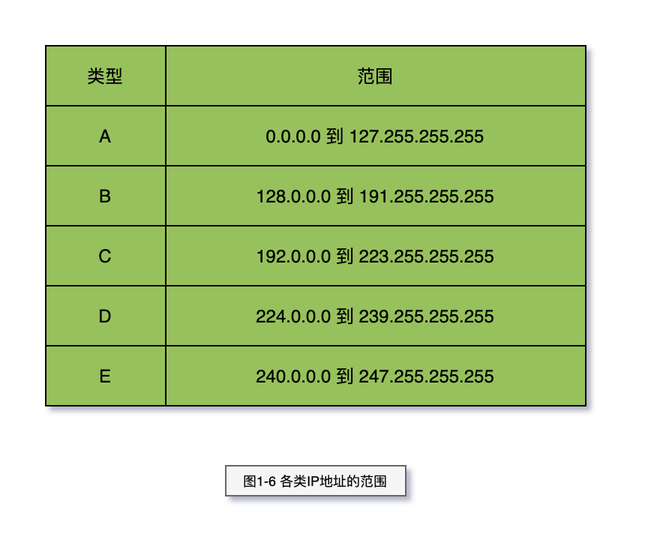
Before: tcp-ip/TCP-IP-详解-卷1/images/TCP-IP-1-6.png, a diagram exported from draw.io (web1992/read). Source tidied: cells renumbered, new cells last; positions are measured from the earlier drawing's top-left corner, leaving out a move shared by most shapes. Source of this version:
```xml
<mxGraphModel>
  <root>
    <mxCell id="0" />
    <mxCell id="1" parent="0" />
    <mxCell id="2" value="类型" style="rounded=0;whiteSpace=wrap;html=1;labelBackgroundColor=none;fontColor=#000000;fillColor=#97C15C;gradientColor=none;" parent="1" vertex="1">
      <mxGeometry width="80" height="40" as="geometry" />
    </mxCell>
    <mxCell id="3" value="A" style="rounded=0;whiteSpace=wrap;html=1;labelBackgroundColor=none;fontColor=#000000;fillColor=#97C15C;gradientColor=none;" parent="1" vertex="1">
      <mxGeometry y="40" width="80" height="40" as="geometry" />
    </mxCell>
    <mxCell id="4" value="B" style="rounded=0;whiteSpace=wrap;html=1;labelBackgroundColor=none;fontColor=#000000;fillColor=#97C15C;gradientColor=none;" parent="1" vertex="1">
      <mxGeometry y="80" width="80" height="40" as="geometry" />
    </mxCell>
    <mxCell id="5" value="C" style="rounded=0;whiteSpace=wrap;html=1;labelBackgroundColor=none;fontColor=#000000;fillColor=#97C15C;gradientColor=none;" parent="1" vertex="1">
      <mxGeometry y="120" width="80" height="40" as="geometry" />
    </mxCell>
    <mxCell id="6" value="D" style="rounded=0;whiteSpace=wrap;html=1;labelBackgroundColor=none;fontColor=#000000;fillColor=#97C15C;gradientColor=none;" parent="1" vertex="1">
      <mxGeometry y="160" width="80" height="40" as="geometry" />
    </mxCell>
    <mxCell id="7" value="E" style="rounded=0;whiteSpace=wrap;html=1;labelBackgroundColor=none;fontColor=#000000;fillColor=#97C15C;gradientColor=none;" parent="1" vertex="1">
      <mxGeometry y="200" width="80" height="40" as="geometry" />
    </mxCell>
    <mxCell id="8" value="范围" style="rounded=0;whiteSpace=wrap;html=1;labelBackgroundColor=none;fontColor=#000000;fillColor=#97C15C;gradientColor=none;" parent="1" vertex="1">
      <mxGeometry x="80" width="280" height="40" as="geometry" />
    </mxCell>
    <mxCell id="9" value="0.0.0.0 到 127.255.255.255" style="rounded=0;whiteSpace=wrap;html=1;labelBackgroundColor=none;fontColor=#000000;fillColor=#97C15C;gradientColor=none;" parent="1" vertex="1">
      <mxGeometry x="80" y="40" width="280" height="40" as="geometry" />
    </mxCell>
    <mxCell id="10" value="224.0.0.0 到 239.255.255.255" style="rounded=0;whiteSpace=wrap;html=1;labelBackgroundColor=none;fontColor=#000000;fillColor=#97C15C;gradientColor=none;" parent="1" vertex="1">
      <mxGeometry x="80" y="160" width="280" height="40" as="geometry" />
    </mxCell>
    <mxCell id="11" value="128.0.0.0 到 191.255.255.255" style="rounded=0;whiteSpace=wrap;html=1;labelBackgroundColor=none;fontColor=#000000;fillColor=#97C15C;gradientColor=none;" parent="1" vertex="1">
      <mxGeometry x="80" y="80" width="280" height="40" as="geometry" />
    </mxCell>
    <mxCell id="12" value="192.0.0.0 到 223.255.255.255" style="rounded=0;whiteSpace=wrap;html=1;labelBackgroundColor=none;fontColor=#000000;fillColor=#97C15C;gradientColor=none;" parent="1" vertex="1">
      <mxGeometry x="80" y="120" width="280" height="40" as="geometry" />
    </mxCell>
    <mxCell id="13" value="240.0.0.0 到 247.255.255.255" style="rounded=0;whiteSpace=wrap;html=1;labelBackgroundColor=none;fontColor=#000000;fillColor=#97C15C;gradientColor=none;" parent="1" vertex="1">
      <mxGeometry x="80" y="200" width="280" height="40" as="geometry" />
    </mxCell>
    <mxCell id="14" value="&lt;p class=&quot;p1&quot; style=&quot;margin: 0px; font-stretch: normal; font-size: 9px; line-height: normal;&quot;&gt;图&lt;span class=&quot;s1&quot; style=&quot;font-stretch: normal; line-height: normal;&quot;&gt;1-6 &lt;/span&gt;各类&lt;span class=&quot;s1&quot; style=&quot;font-stretch: normal; line-height: normal;&quot;&gt;IP&lt;/span&gt;地址的范围&lt;/p&gt;" style="text;html=1;strokeColor=#666666;fillColor=#f5f5f5;align=center;verticalAlign=middle;whiteSpace=wrap;rounded=0;labelBackgroundColor=none;fontFamily=Helvetica;" parent="1" vertex="1">
      <mxGeometry x="120" y="280" width="120" height="20" as="geometry" />
    </mxCell>
  </root>
</mxGraphModel>
```
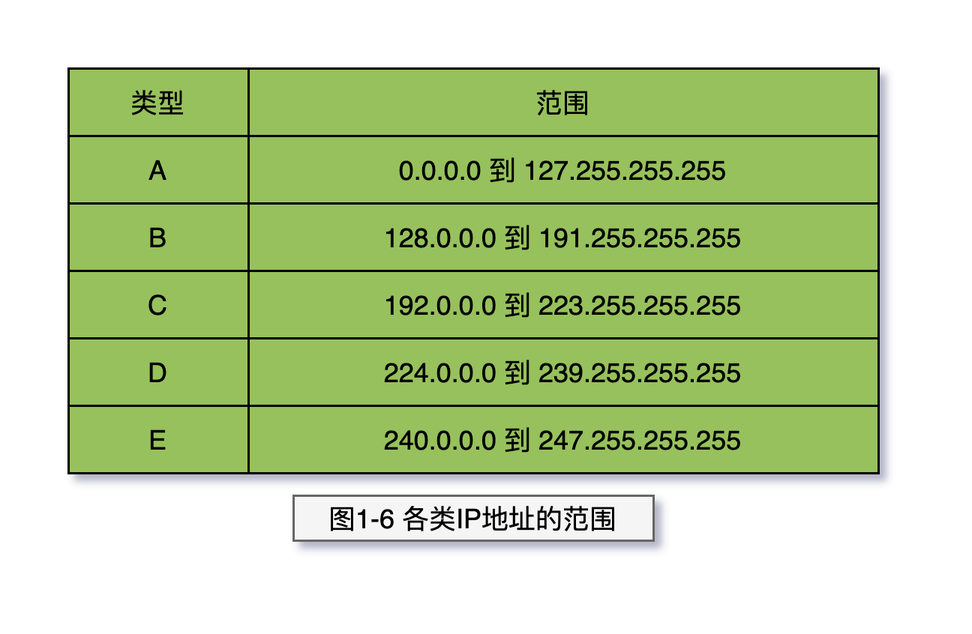
Later version of the same file.

What changed in the source:
```diff
@@ -3,43 +3,43 @@
     <mxCell id="0" />
     <mxCell id="1" parent="0" />
     <mxCell id="2" value="类型" style="rounded=0;whiteSpace=wrap;html=1;labelBackgroundColor=none;fontColor=#000000;fillColor=#97C15C;gradientColor=none;" parent="1" vertex="1">
-      <mxGeometry width="80" height="40" as="geometry" />
+      <mxGeometry y="10" width="80" height="30" as="geometry" />
     </mxCell>
     <mxCell id="3" value="A" style="rounded=0;whiteSpace=wrap;html=1;labelBackgroundColor=none;fontColor=#000000;fillColor=#97C15C;gradientColor=none;" parent="1" vertex="1">
-      <mxGeometry y="40" width="80" height="40" as="geometry" />
+      <mxGeometry y="40" width="80" height="30" as="geometry" />
     </mxCell>
     <mxCell id="4" value="B" style="rounded=0;whiteSpace=wrap;html=1;labelBackgroundColor=none;fontColor=#000000;fillColor=#97C15C;gradientColor=none;" parent="1" vertex="1">
-      <mxGeometry y="80" width="80" height="40" as="geometry" />
+      <mxGeometry y="70" width="80" height="30" as="geometry" />
     </mxCell>
     <mxCell id="5" value="C" style="rounded=0;whiteSpace=wrap;html=1;labelBackgroundColor=none;fontColor=#000000;fillColor=#97C15C;gradientColor=none;" parent="1" vertex="1">
-      <mxGeometry y="120" width="80" height="40" as="geometry" />
+      <mxGeometry y="100" width="80" height="30" as="geometry" />
     </mxCell>
     <mxCell id="6" value="D" style="rounded=0;whiteSpace=wrap;html=1;labelBackgroundColor=none;fontColor=#000000;fillColor=#97C15C;gradientColor=none;" parent="1" vertex="1">
-      <mxGeometry y="160" width="80" height="40" as="geometry" />
+      <mxGeometry y="130" width="80" height="30" as="geometry" />
     </mxCell>
     <mxCell id="7" value="E" style="rounded=0;whiteSpace=wrap;html=1;labelBackgroundColor=none;fontColor=#000000;fillColor=#97C15C;gradientColor=none;" parent="1" vertex="1">
-      <mxGeometry y="200" width="80" height="40" as="geometry" />
+      <mxGeometry y="160" width="80" height="30" as="geometry" />
     </mxCell>
     <mxCell id="8" value="范围" style="rounded=0;whiteSpace=wrap;html=1;labelBackgroundColor=none;fontColor=#000000;fillColor=#97C15C;gradientColor=none;" parent="1" vertex="1">
-      <mxGeometry x="80" width="280" height="40" as="geometry" />
+      <mxGeometry x="80" y="10" width="280" height="30" as="geometry" />
     </mxCell>
     <mxCell id="9" value="0.0.0.0 到 127.255.255.255" style="rounded=0;whiteSpace=wrap;html=1;labelBackgroundColor=none;fontColor=#000000;fillColor=#97C15C;gradientColor=none;" parent="1" vertex="1">
-      <mxGeometry x="80" y="40" width="280" height="40" as="geometry" />
+      <mxGeometry x="80" y="40" width="280" height="30" as="geometry" />
     </mxCell>
     <mxCell id="10" value="224.0.0.0 到 239.255.255.255" style="rounded=0;whiteSpace=wrap;html=1;labelBackgroundColor=none;fontColor=#000000;fillColor=#97C15C;gradientColor=none;" parent="1" vertex="1">
-      <mxGeometry x="80" y="160" width="280" height="40" as="geometry" />
+      <mxGeometry x="80" y="130" width="280" height="30" as="geometry" />
     </mxCell>
     <mxCell id="11" value="128.0.0.0 到 191.255.255.255" style="rounded=0;whiteSpace=wrap;html=1;labelBackgroundColor=none;fontColor=#000000;fillColor=#97C15C;gradientColor=none;" parent="1" vertex="1">
-      <mxGeometry x="80" y="80" width="280" height="40" as="geometry" />
+      <mxGeometry x="80" y="70" width="280" height="30" as="geometry" />
     </mxCell>
     <mxCell id="12" value="192.0.0.0 到 223.255.255.255" style="rounded=0;whiteSpace=wrap;html=1;labelBackgroundColor=none;fontColor=#000000;fillColor=#97C15C;gradientColor=none;" parent="1" vertex="1">
-      <mxGeometry x="80" y="120" width="280" height="40" as="geometry" />
+      <mxGeometry x="80" y="100" width="280" height="30" as="geometry" />
     </mxCell>
     <mxCell id="13" value="240.0.0.0 到 247.255.255.255" style="rounded=0;whiteSpace=wrap;html=1;labelBackgroundColor=none;fontColor=#000000;fillColor=#97C15C;gradientColor=none;" parent="1" vertex="1">
-      <mxGeometry x="80" y="200" width="280" height="40" as="geometry" />
+      <mxGeometry x="80" y="160" width="280" height="30" as="geometry" />
     </mxCell>
-    <mxCell id="14" value="&lt;p class=&quot;p1&quot; style=&quot;margin: 0px; font-stretch: normal; font-size: 9px; line-height: normal;&quot;&gt;图&lt;span class=&quot;s1&quot; style=&quot;font-stretch: normal; line-height: normal;&quot;&gt;1-6 &lt;/span&gt;各类&lt;span class=&quot;s1&quot; style=&quot;font-stretch: normal; line-height: normal;&quot;&gt;IP&lt;/span&gt;地址的范围&lt;/p&gt;" style="text;html=1;strokeColor=#666666;fillColor=#f5f5f5;align=center;verticalAlign=middle;whiteSpace=wrap;rounded=0;labelBackgroundColor=none;fontFamily=Helvetica;" parent="1" vertex="1">
-      <mxGeometry x="120" y="280" width="120" height="20" as="geometry" />
+    <mxCell id="14" value="&lt;p class=&quot;p1&quot; style=&quot;margin: 0px ; font-stretch: normal ; line-height: normal&quot;&gt;图&lt;span class=&quot;s1&quot; style=&quot;font-stretch: normal ; line-height: normal&quot;&gt;1-6 &lt;/span&gt;各类&lt;span class=&quot;s1&quot; style=&quot;font-stretch: normal ; line-height: normal&quot;&gt;IP&lt;/span&gt;地址的范围&lt;/p&gt;" style="text;html=1;strokeColor=#666666;fillColor=#f5f5f5;align=center;verticalAlign=middle;whiteSpace=wrap;rounded=0;labelBackgroundColor=none;fontFamily=Helvetica;" parent="1" vertex="1">
+      <mxGeometry x="100" y="200" width="160" height="20" as="geometry" />
     </mxCell>
   </root>
 </mxGraphModel>
```
